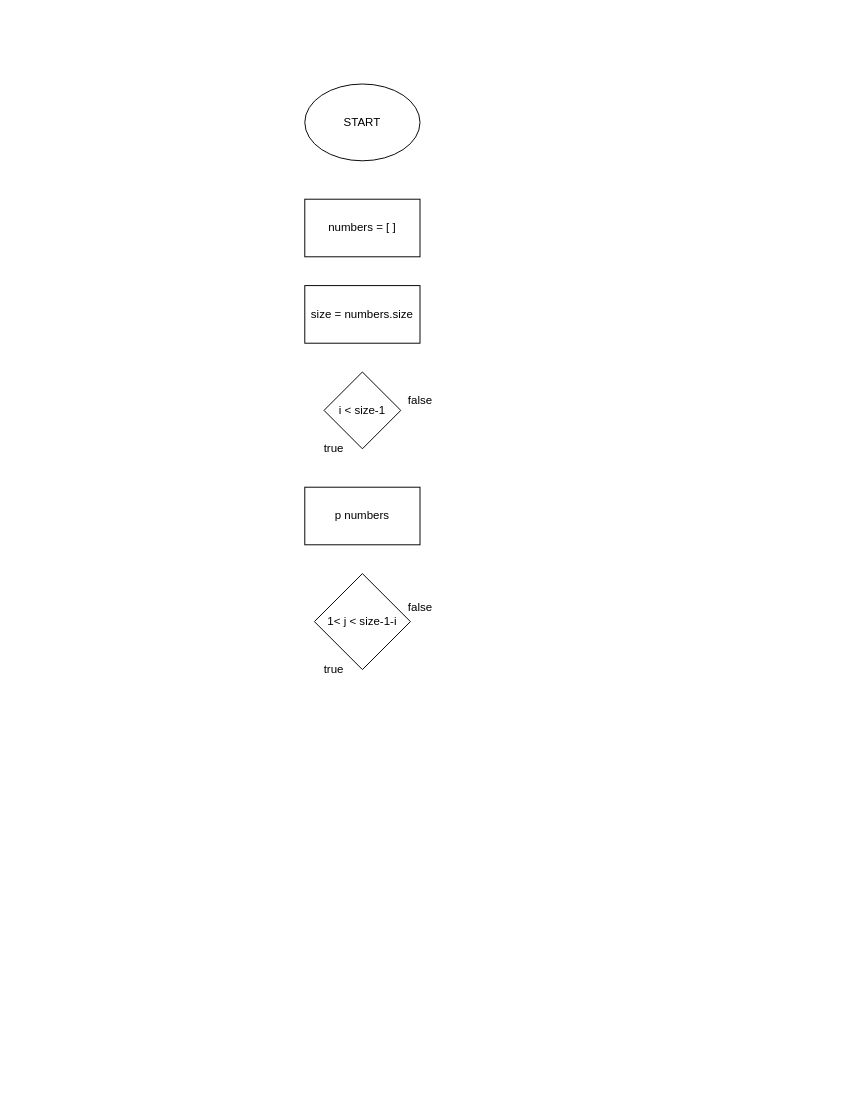
Before: Untitled Diagram.drawio in chaldrak/achieve, a draw.io diagram. Source tidied: cells renumbered, new cells numbered last; positions are measured from the earlier drawing's top-left corner, leaving out a move shared by most shapes. Both pictures are drawn from the tidied source at 96%, with x=0, y=0 at pixel (304, 84).
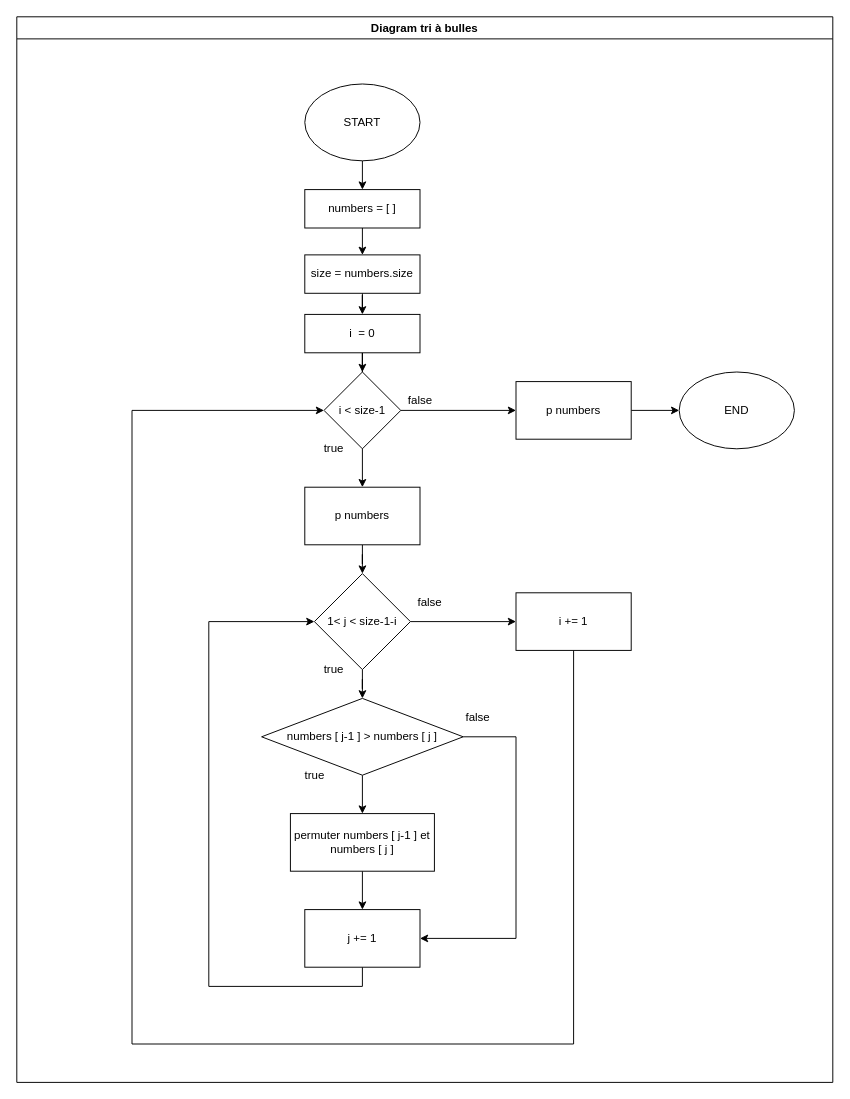
The same page after the edit.

The change refers to these unchanged cells:
```xml
<mxCell id="2" value="START" style="ellipse;whiteSpace=wrap;html=1;" parent="1" vertex="1">
  <mxGeometry width="120" height="80" as="geometry" />
</mxCell>
<mxCell id="5" value="i&amp;nbsp;&amp;lt; size-1" style="rhombus;whiteSpace=wrap;html=1;" parent="1" vertex="1">
  <mxGeometry x="20" y="300" width="80" height="80" as="geometry" />
</mxCell>
<mxCell id="8" value="p numbers" style="rounded=0;whiteSpace=wrap;html=1;" parent="1" vertex="1">
  <mxGeometry y="420" width="120" height="60" as="geometry" />
</mxCell>
<mxCell id="9" value="&lt;span&gt;1&lt;/span&gt;&amp;lt; j&lt;span&gt;&amp;nbsp;&amp;lt; size-1-i&lt;/span&gt;" style="rhombus;whiteSpace=wrap;html=1;" parent="1" vertex="1">
  <mxGeometry x="10" y="510" width="100" height="100" as="geometry" />
</mxCell>
```

What changed in the source:
```diff
@@
+    <mxCell id="12" style="edgeStyle=orthogonalEdgeStyle;rounded=0;jettySize=auto;html=1;exitX=0.5;exitY=1;exitDx=0;exitDy=0;entryX=0.5;entryY=0;entryDx=0;entryDy=0;" parent="1" edge="1" source="2" target="3">
+      <mxGeometry relative="1" as="geometry" />
+    </mxCell>
@@
+    <mxCell id="13" style="edgeStyle=orthogonalEdgeStyle;rounded=0;jettySize=auto;html=1;exitX=0.5;exitY=1;exitDx=0;exitDy=0;entryX=0.5;entryY=0;entryDx=0;entryDy=0;" parent="1" edge="1" source="3" target="4">
+      <mxGeometry relative="1" as="geometry" />
+    </mxCell>
     <mxCell id="3" value="numbers = [ ]" style="rounded=0;whiteSpace=wrap;html=1;" parent="1" vertex="1">
-      <mxGeometry y="120" width="120" height="60" as="geometry" />
+      <mxGeometry y="110" width="120" height="40" as="geometry" />
     </mxCell>
+    <mxCell id="14" style="edgeStyle=orthogonalEdgeStyle;rounded=0;jettySize=auto;html=1;entryX=0.5;entryY=0;entryDx=0;entryDy=0;" parent="1" edge="1" source="4" target="35">
+      <mxGeometry relative="1" as="geometry" />
+    </mxCell>
     <mxCell id="4" value="size = numbers.size" style="rounded=0;whiteSpace=wrap;html=1;" parent="1" vertex="1">
-      <mxGeometry y="210" width="120" height="60" as="geometry" />
+      <mxGeometry y="178" width="120" height="40" as="geometry" />
     </mxCell>
+    <mxCell id="15" style="edgeStyle=orthogonalEdgeStyle;rounded=0;jettySize=auto;html=1;exitX=0.5;exitY=1;exitDx=0;exitDy=0;" parent="1" edge="1" source="5" target="8">
+      <mxGeometry relative="1" as="geometry" />
+    </mxCell>
+    <mxCell id="16" style="edgeStyle=orthogonalEdgeStyle;rounded=0;jettySize=auto;html=1;exitX=1;exitY=0.5;exitDx=0;exitDy=0;" parent="1" edge="1" source="5" target="32">
+      <mxGeometry relative="1" as="geometry" />
+    </mxCell>
@@
+    <mxCell id="17" style="edgeStyle=orthogonalEdgeStyle;rounded=0;jettySize=auto;html=1;exitX=0.5;exitY=1;exitDx=0;exitDy=0;" parent="1" edge="1" source="8" target="9">
+      <mxGeometry relative="1" as="geometry" />
+    </mxCell>
@@
+    <mxCell id="18" style="edgeStyle=orthogonalEdgeStyle;rounded=0;jettySize=auto;html=1;exitX=0.5;exitY=1;exitDx=0;exitDy=0;" parent="1" edge="1" source="9" target="24">
+      <mxGeometry relative="1" as="geometry" />
+    </mxCell>
+    <mxCell id="19" style="edgeStyle=orthogonalEdgeStyle;rounded=0;jettySize=auto;html=1;exitX=1;exitY=0.5;exitDx=0;exitDy=0;" parent="1" edge="1" source="9" target="30">
+      <mxGeometry relative="1" as="geometry" />
+    </mxCell>
@@
     <mxCell id="10" value="false" style="text;html=1;align=center;verticalAlign=middle;strokeColor=none;" parent="1" vertex="1">
-      <mxGeometry x="100" y="535" width="40" height="20" as="geometry" />
+      <mxGeometry x="110" y="530" width="40" height="20" as="geometry" />
     </mxCell>
@@
+    <mxCell id="20" style="edgeStyle=orthogonalEdgeStyle;rounded=0;jettySize=auto;html=1;exitX=0.5;exitY=1;exitDx=0;exitDy=0;entryX=0.5;entryY=0;entryDx=0;entryDy=0;" parent="1" edge="1" source="21" target="28">
+      <mxGeometry relative="1" as="geometry" />
+    </mxCell>
+    <mxCell id="21" value="permuter numbers [ j-1 ] et numbers [ j ]" style="rounded=0;whiteSpace=wrap;html=1;" parent="1" vertex="1">
+      <mxGeometry x="-15" y="760" width="150" height="60" as="geometry" />
+    </mxCell>
+    <mxCell id="22" style="edgeStyle=orthogonalEdgeStyle;rounded=0;jettySize=auto;html=1;exitX=0.5;exitY=1;exitDx=0;exitDy=0;entryX=0.5;entryY=0;entryDx=0;entryDy=0;" parent="1" edge="1" source="24" target="21">
+      <mxGeometry relative="1" as="geometry" />
+    </mxCell>
+    <mxCell id="23" style="edgeStyle=orthogonalEdgeStyle;rounded=0;jettySize=auto;html=1;exitX=1;exitY=0.5;exitDx=0;exitDy=0;entryX=1;entryY=0.5;entryDx=0;entryDy=0;" parent="1" edge="1" source="24" target="28">
+      <mxGeometry relative="1" as="geometry">
+        <Array as="points">
+          <mxPoint x="220" y="680" />
+          <mxPoint x="220" y="890" />
+        </Array>
+      </mxGeometry>
+    </mxCell>
+    <mxCell id="24" value="numbers [ j-1 ]&amp;nbsp;&amp;gt; numbers [ j ]" style="rhombus;whiteSpace=wrap;html=1;" parent="1" vertex="1">
+      <mxGeometry x="-45" y="640" width="210" height="80" as="geometry" />
+    </mxCell>
+    <mxCell id="25" value="false" style="text;html=1;align=center;verticalAlign=middle;strokeColor=none;" parent="1" vertex="1">
+      <mxGeometry x="160" y="650" width="40" height="20" as="geometry" />
+    </mxCell>
+    <mxCell id="26" value="true" style="text;html=1;align=center;verticalAlign=middle;strokeColor=none;" parent="1" vertex="1">
+      <mxGeometry x="-10" y="710" width="40" height="20" as="geometry" />
+    </mxCell>
+    <mxCell id="27" style="edgeStyle=orthogonalEdgeStyle;rounded=0;jettySize=auto;html=1;exitX=0.5;exitY=1;exitDx=0;exitDy=0;entryX=0;entryY=0.5;entryDx=0;entryDy=0;" parent="1" edge="1" source="28" target="9">
+      <mxGeometry relative="1" as="geometry">
+        <Array as="points">
+          <mxPoint x="60" y="940" />
+          <mxPoint x="-100" y="940" />
+          <mxPoint x="-100" y="560" />
+        </Array>
+      </mxGeometry>
+    </mxCell>
+    <mxCell id="28" value="j += 1" style="rounded=0;whiteSpace=wrap;html=1;" parent="1" vertex="1">
+      <mxGeometry y="860" width="120" height="60" as="geometry" />
+    </mxCell>
+    <mxCell id="29" style="edgeStyle=orthogonalEdgeStyle;rounded=0;jettySize=auto;html=1;exitX=0.5;exitY=1;exitDx=0;exitDy=0;entryX=0;entryY=0.5;entryDx=0;entryDy=0;" parent="1" edge="1" source="30" target="5">
+      <mxGeometry relative="1" as="geometry">
+        <Array as="points">
+          <mxPoint x="280" y="1000" />
+          <mxPoint x="-180" y="1000" />
+          <mxPoint x="-180" y="340" />
+        </Array>
+      </mxGeometry>
+    </mxCell>
+    <mxCell id="30" value="i += 1" style="rounded=0;whiteSpace=wrap;html=1;" parent="1" vertex="1">
+      <mxGeometry x="220" y="530" width="120" height="60" as="geometry" />
+    </mxCell>
+    <mxCell id="31" style="edgeStyle=orthogonalEdgeStyle;rounded=0;jettySize=auto;html=1;exitX=1;exitY=0.5;exitDx=0;exitDy=0;" parent="1" edge="1" source="32" target="33">
+      <mxGeometry relative="1" as="geometry" />
+    </mxCell>
+    <mxCell id="32" value="p numbers" style="rounded=0;whiteSpace=wrap;html=1;" parent="1" vertex="1">
+      <mxGeometry x="220" y="310" width="120" height="60" as="geometry" />
+    </mxCell>
+    <mxCell id="33" value="END" style="ellipse;whiteSpace=wrap;html=1;" parent="1" vertex="1">
+      <mxGeometry x="390" y="300" width="120" height="80" as="geometry" />
+    </mxCell>
+    <mxCell id="34" style="edgeStyle=orthogonalEdgeStyle;rounded=0;jettySize=auto;html=1;exitX=0.5;exitY=1;exitDx=0;exitDy=0;" parent="1" edge="1" source="35" target="5">
+      <mxGeometry relative="1" as="geometry" />
+    </mxCell>
+    <mxCell id="35" value="i&amp;nbsp; = 0" style="rounded=0;whiteSpace=wrap;html=1;" parent="1" vertex="1">
+      <mxGeometry y="240" width="120" height="40" as="geometry" />
+    </mxCell>
+    <mxCell id="36" value="Diagram tri à bulles" style="swimlane;" parent="1" vertex="1">
+      <mxGeometry x="-300" y="-70" width="850" height="1110" as="geometry" />
+    </mxCell>
```
